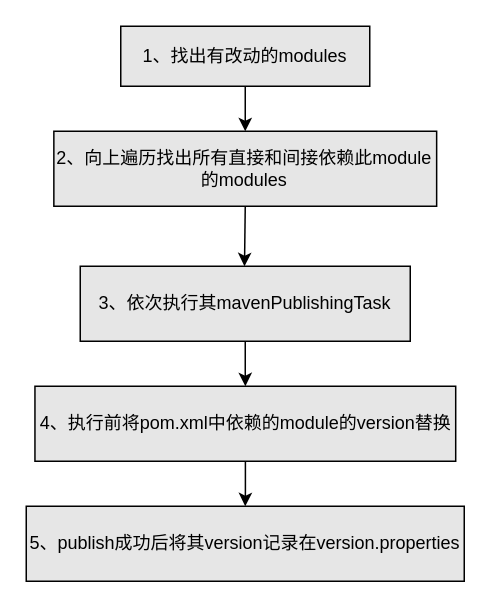
This is page "Page-10" (10 of 14) of T9.drawio from shinecjj/UML, a draw.io file, before an edit. Source tidied: cells renumbered, new cells numbered last; positions are measured from the earlier drawing's top-left corner, leaving out a move shared by most shapes. Both pictures are drawn from the tidied source at 150%, with x=0, y=0 at pixel (26, 26).
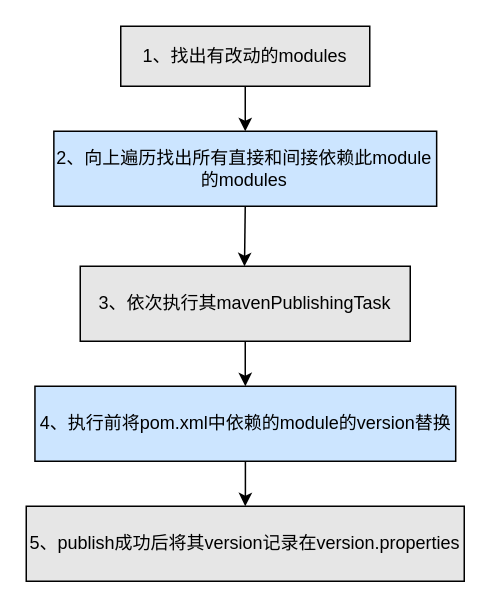
The same page after the edit.

What changed in the source:
```diff
@@
 <mxGraphModel>
   <root>
     <mxCell id="0" />
     <mxCell id="1" parent="0" />
     <mxCell id="2" style="edgeStyle=orthogonalEdgeStyle;rounded=0;jettySize=auto;html=1;" parent="1" edge="1" source="3" target="4">
       <mxGeometry relative="1" as="geometry" />
     </mxCell>
     <mxCell id="3" value="1、找出有改动的modules" style="rounded=0;whiteSpace=wrap;html=1;fillColor=#E6E6E6;" parent="1" vertex="1">
       <mxGeometry x="63" width="166" height="40" as="geometry" />
     </mxCell>
-    <mxCell id="4" value="2、向上遍历找出所有直接和间接依赖此module的modules" style="rounded=0;whiteSpace=wrap;html=1;fillColor=#E6E6E6;align=center;" parent="1" vertex="1">
+    <mxCell id="4" value="2、向上遍历找出所有直接和间接依赖此module的modules" style="rounded=0;whiteSpace=wrap;html=1;fillColor=#CCE5FF;align=center;" parent="1" vertex="1">
       <mxGeometry x="18.4" y="70" width="255.2" height="50" as="geometry" />
     </mxCell>
     <mxCell id="5" style="edgeStyle=orthogonalEdgeStyle;rounded=0;jettySize=auto;html=1;exitX=0.5;exitY=1;exitDx=0;exitDy=0;" parent="1" edge="1" source="4">
       <mxGeometry relative="1" as="geometry">
         <mxPoint x="145.5" y="160" as="targetPoint" />
       </mxGeometry>
     </mxCell>
     <mxCell id="6" style="edgeStyle=orthogonalEdgeStyle;rounded=0;jettySize=auto;html=1;" parent="1" edge="1" source="7" target="10">
       <mxGeometry relative="1" as="geometry" />
     </mxCell>
     <mxCell id="7" value="&lt;span&gt;3、依次执行其mavenPublishingTask&lt;/span&gt;" style="rounded=0;whiteSpace=wrap;html=1;fillColor=#E6E6E6;" parent="1" vertex="1">
       <mxGeometry x="36" y="160" width="220" height="50" as="geometry" />
     </mxCell>
     <mxCell id="8" value="&lt;span style=&quot;text-align: right&quot;&gt;5、publish成功后将其version记录在version.properties&lt;/span&gt;" style="rounded=0;whiteSpace=wrap;html=1;fillColor=#E6E6E6;" parent="1" vertex="1">
       <mxGeometry y="320" width="292" height="50" as="geometry" />
     </mxCell>
     <mxCell id="9" style="edgeStyle=orthogonalEdgeStyle;rounded=0;jettySize=auto;html=1;" parent="1" edge="1" source="10" target="8">
       <mxGeometry relative="1" as="geometry" />
     </mxCell>
-    <mxCell id="10" value="4、执行前将pom.xml中依赖的module的version替换" style="rounded=0;whiteSpace=wrap;html=1;fillColor=#E6E6E6;" parent="1" vertex="1">
+    <mxCell id="10" value="4、执行前将pom.xml中依赖的module的version替换" style="rounded=0;whiteSpace=wrap;html=1;fillColor=#CCE5FF;" parent="1" vertex="1">
       <mxGeometry x="5.8" y="240" width="280.5" height="50" as="geometry" />
     </mxCell>
   </root>
 </mxGraphModel>
```
